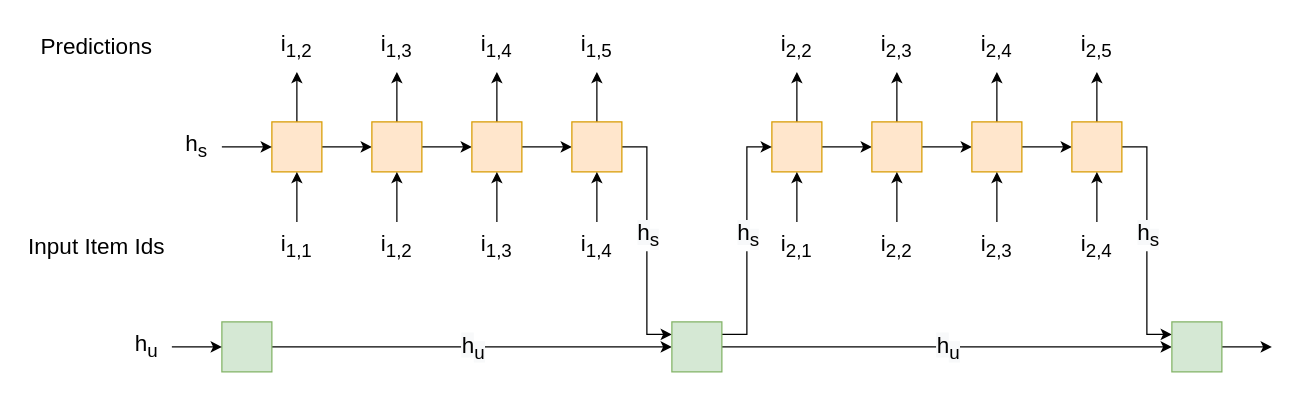
This is writeup/illustrations/hgru4rec.drawio from muyajil/ethz-msc-thesis, a draw.io file, before an edit. Source tidied: cells renumbered, new cells numbered last; positions are measured from the earlier drawing's top-left corner, leaving out a move shared by most shapes. Both pictures are drawn from the tidied source at 125%, with x=0, y=0 at pixel (21, 21).
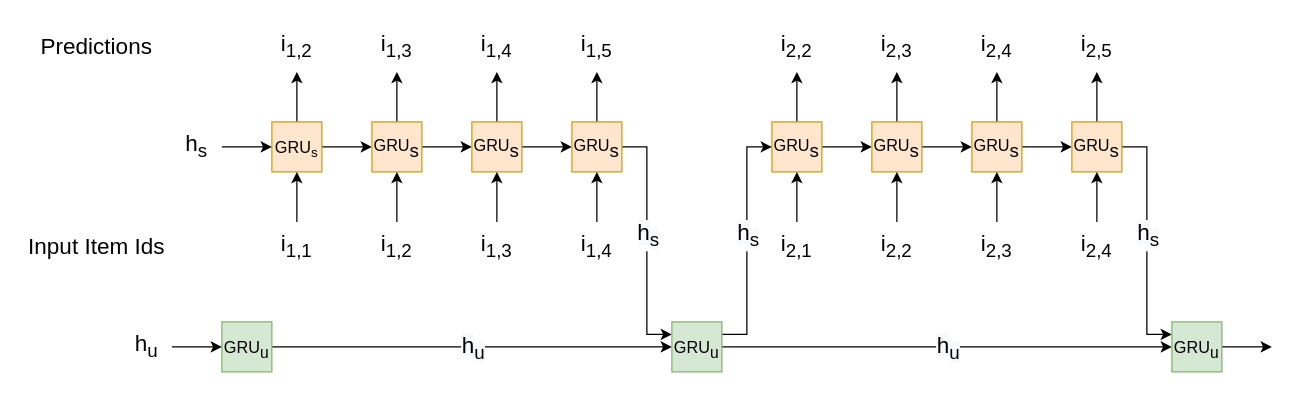
Above is the later version.

Commit message (it also covers changes not shown here):
hgru4rec

Diff of the diagram source:
```diff
@@
-    <mxCell id="4" style="rounded=0;whiteSpace=wrap;html=1;fontSize=18;fillColor=#ffe6cc;strokeColor=#d79b00;" parent="1" vertex="1">
+    <mxCell id="4" value="&lt;font style=&quot;font-size: 13px&quot;&gt;GRU&lt;sub&gt;s&lt;/sub&gt;&lt;/font&gt;" style="rounded=0;whiteSpace=wrap;html=1;fontSize=18;fillColor=#ffe6cc;strokeColor=#d79b00;" parent="1" vertex="1">
       <mxGeometry x="200" y="80" width="40" height="40" as="geometry" />
     </mxCell>
@@
-    <mxCell id="7" style="rounded=0;whiteSpace=wrap;html=1;fontSize=18;fillColor=#ffe6cc;strokeColor=#d79b00;" parent="1" vertex="1">
+    <mxCell id="7" value="&lt;span style=&quot;font-size: 13px ; white-space: normal&quot;&gt;GRU&lt;/span&gt;&lt;sub style=&quot;white-space: normal&quot;&gt;s&lt;/sub&gt;" style="rounded=0;whiteSpace=wrap;html=1;fontSize=18;fillColor=#ffe6cc;strokeColor=#d79b00;" parent="1" vertex="1">
       <mxGeometry x="280" y="80" width="40" height="40" as="geometry" />
     </mxCell>
@@
-    <mxCell id="10" style="rounded=0;whiteSpace=wrap;html=1;fontSize=18;fillColor=#ffe6cc;strokeColor=#d79b00;" parent="1" vertex="1">
+    <mxCell id="10" value="&lt;span style=&quot;font-size: 13px ; white-space: normal&quot;&gt;GRU&lt;/span&gt;&lt;sub style=&quot;white-space: normal&quot;&gt;s&lt;/sub&gt;" style="rounded=0;whiteSpace=wrap;html=1;fontSize=18;fillColor=#ffe6cc;strokeColor=#d79b00;" parent="1" vertex="1">
       <mxGeometry x="360" y="80" width="40" height="40" as="geometry" />
     </mxCell>
@@
-    <mxCell id="14" style="rounded=0;whiteSpace=wrap;html=1;fontSize=18;fillColor=#ffe6cc;strokeColor=#d79b00;" parent="1" vertex="1">
+    <mxCell id="14" value="&lt;span style=&quot;font-size: 13px ; white-space: normal&quot;&gt;GRU&lt;/span&gt;&lt;sub style=&quot;white-space: normal&quot;&gt;s&lt;/sub&gt;" style="rounded=0;whiteSpace=wrap;html=1;fontSize=18;fillColor=#ffe6cc;strokeColor=#d79b00;" parent="1" vertex="1">
       <mxGeometry x="440" y="80" width="40" height="40" as="geometry" />
     </mxCell>
@@
-    <mxCell id="17" style="rounded=0;whiteSpace=wrap;html=1;fontSize=18;fillColor=#ffe6cc;strokeColor=#d79b00;" parent="1" vertex="1">
+    <mxCell id="17" value="&lt;span style=&quot;font-size: 13px ; white-space: normal&quot;&gt;GRU&lt;/span&gt;&lt;sub style=&quot;white-space: normal&quot;&gt;s&lt;/sub&gt;" style="rounded=0;whiteSpace=wrap;html=1;fontSize=18;fillColor=#ffe6cc;strokeColor=#d79b00;" parent="1" vertex="1">
       <mxGeometry x="600" y="80" width="40" height="40" as="geometry" />
     </mxCell>
@@
-    <mxCell id="20" style="rounded=0;whiteSpace=wrap;html=1;fontSize=18;fillColor=#ffe6cc;strokeColor=#d79b00;" parent="1" vertex="1">
+    <mxCell id="20" value="&lt;span style=&quot;font-size: 13px ; white-space: normal&quot;&gt;GRU&lt;/span&gt;&lt;sub style=&quot;white-space: normal&quot;&gt;s&lt;/sub&gt;" style="rounded=0;whiteSpace=wrap;html=1;fontSize=18;fillColor=#ffe6cc;strokeColor=#d79b00;" parent="1" vertex="1">
       <mxGeometry x="680" y="80" width="40" height="40" as="geometry" />
     </mxCell>
@@
-    <mxCell id="23" style="rounded=0;whiteSpace=wrap;html=1;fontSize=18;fillColor=#ffe6cc;strokeColor=#d79b00;" parent="1" vertex="1">
+    <mxCell id="23" value="&lt;span style=&quot;font-size: 13px ; white-space: normal&quot;&gt;GRU&lt;/span&gt;&lt;sub style=&quot;white-space: normal&quot;&gt;s&lt;/sub&gt;" style="rounded=0;whiteSpace=wrap;html=1;fontSize=18;fillColor=#ffe6cc;strokeColor=#d79b00;" parent="1" vertex="1">
       <mxGeometry x="760" y="80" width="40" height="40" as="geometry" />
     </mxCell>
@@
-    <mxCell id="27" style="rounded=0;whiteSpace=wrap;html=1;fontSize=18;fillColor=#ffe6cc;strokeColor=#d79b00;" parent="1" vertex="1">
+    <mxCell id="27" value="&lt;span style=&quot;font-size: 13px ; white-space: normal&quot;&gt;GRU&lt;/span&gt;&lt;sub style=&quot;white-space: normal&quot;&gt;s&lt;/sub&gt;" style="rounded=0;whiteSpace=wrap;html=1;fontSize=18;fillColor=#ffe6cc;strokeColor=#d79b00;" parent="1" vertex="1">
       <mxGeometry x="840" y="80" width="40" height="40" as="geometry" />
     </mxCell>
@@
-    <mxCell id="30" style="rounded=0;whiteSpace=wrap;html=1;fontSize=18;fillColor=#d5e8d4;strokeColor=#82b366;" parent="1" vertex="1">
+    <mxCell id="30" value="&lt;span style=&quot;font-size: 13px ; white-space: normal&quot;&gt;GRU&lt;/span&gt;&lt;span style=&quot;white-space: normal ; font-size: 15px&quot;&gt;&lt;sub&gt;u&lt;/sub&gt;&lt;/span&gt;" style="rounded=0;whiteSpace=wrap;html=1;fontSize=18;fillColor=#d5e8d4;strokeColor=#82b366;" parent="1" vertex="1">
       <mxGeometry x="160" y="240" width="40" height="40" as="geometry" />
     </mxCell>
@@
-    <mxCell id="35" style="rounded=0;whiteSpace=wrap;html=1;fontSize=18;fillColor=#d5e8d4;strokeColor=#82b366;" parent="1" vertex="1">
+    <mxCell id="35" value="&lt;span style=&quot;white-space: normal ; font-size: 13px&quot;&gt;GRU&lt;/span&gt;&lt;span style=&quot;white-space: normal ; font-size: 15px&quot;&gt;&lt;sub&gt;u&lt;/sub&gt;&lt;/span&gt;" style="rounded=0;whiteSpace=wrap;html=1;fontSize=18;fillColor=#d5e8d4;strokeColor=#82b366;" parent="1" vertex="1">
       <mxGeometry x="520" y="240" width="40" height="40" as="geometry" />
     </mxCell>
@@
-    <mxCell id="37" style="rounded=0;whiteSpace=wrap;html=1;fontSize=18;fillColor=#d5e8d4;strokeColor=#82b366;" parent="1" vertex="1">
+    <mxCell id="37" value="&lt;span style=&quot;white-space: normal ; font-size: 13px&quot;&gt;GRU&lt;/span&gt;&lt;span style=&quot;white-space: normal ; font-size: 15px&quot;&gt;&lt;sub&gt;u&lt;/sub&gt;&lt;/span&gt;" style="rounded=0;whiteSpace=wrap;html=1;fontSize=18;fillColor=#d5e8d4;strokeColor=#82b366;" parent="1" vertex="1">
       <mxGeometry x="920" y="240" width="40" height="40" as="geometry" />
     </mxCell>
```
